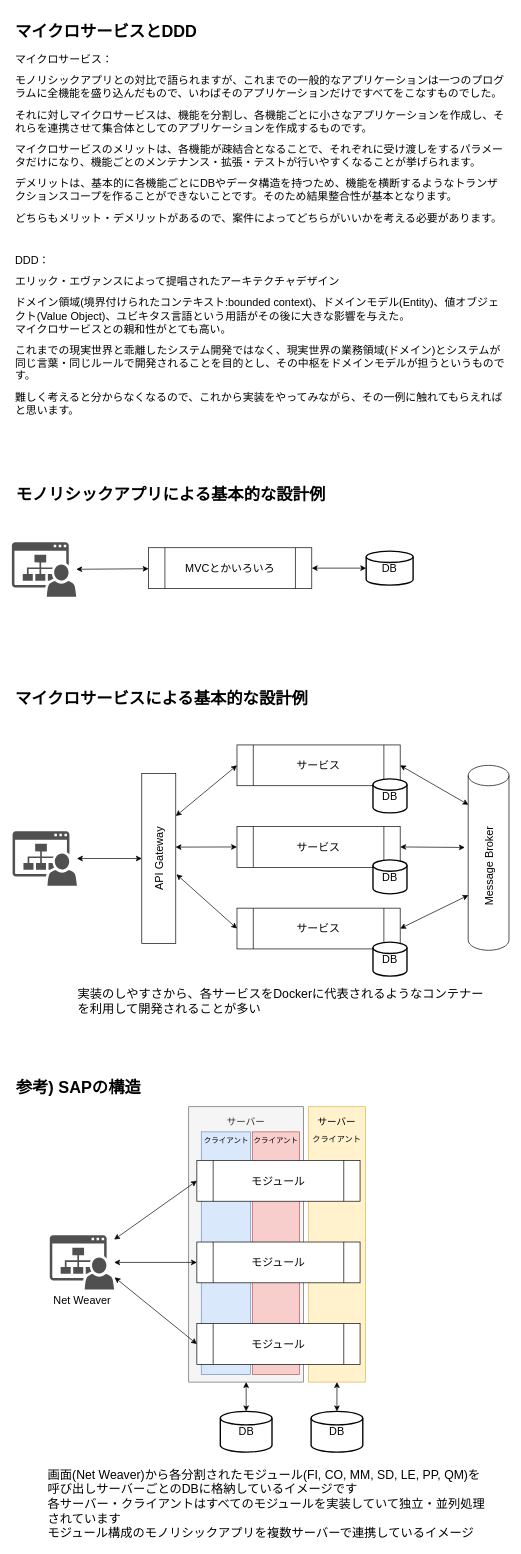
Above: page "基本概念" (1 of 10) of documents/練習用設計.drawio in mkuwan/ec-app (draw.io), before the change. Source tidied: cells renumbered, new cells numbered last; positions are measured from the earlier drawing's top-left corner, leaving out a move shared by most shapes. Both pictures are drawn from the tidied source at 68%, with x=0, y=0 at pixel (12, 18).
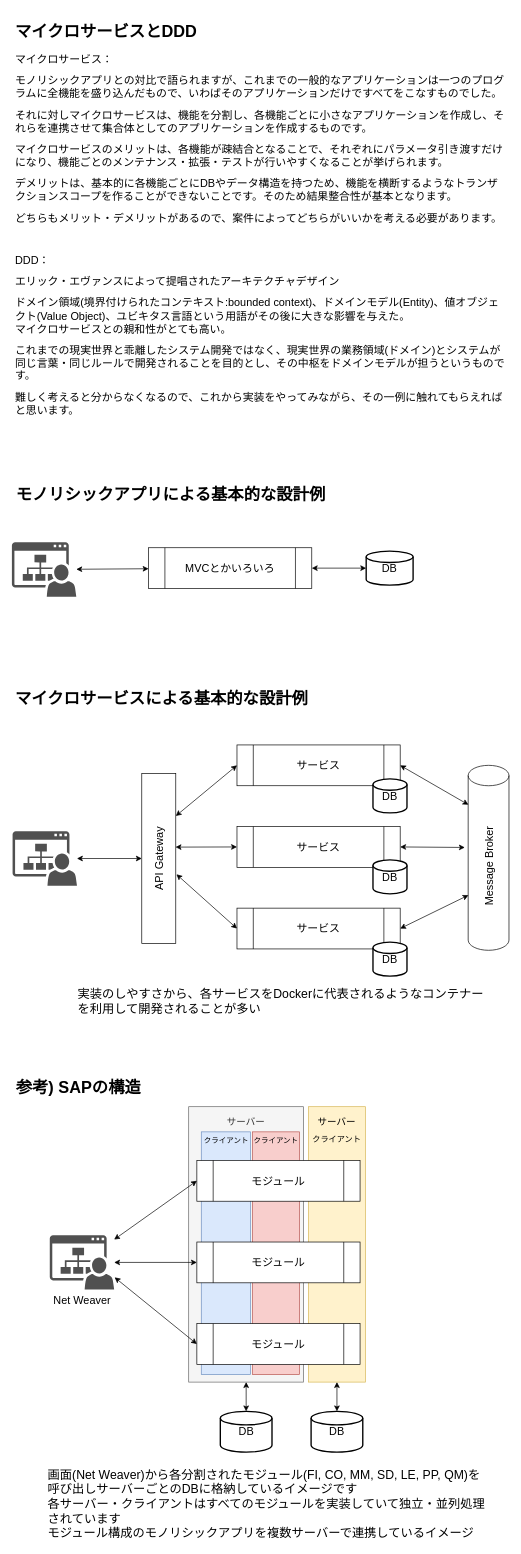
The same diagram, later.

Diff of the diagram source:
```diff
@@
-    <mxCell id="6" value="&lt;h1&gt;マイクロサービスとDDD&lt;/h1&gt;&lt;p&gt;&lt;font style=&quot;font-size: 16px;&quot;&gt;マイクロサービス：&lt;/font&gt;&lt;/p&gt;&lt;p&gt;&lt;font style=&quot;font-size: 16px;&quot;&gt;モノリシックアプリとの対比で語られますが、これまでの一般的なアプリケーションは一つのプログラムに全機能を盛り込んだもので、いわばそのアプリケーションだけですべてをこなすものでした。&lt;/font&gt;&lt;/p&gt;&lt;p&gt;&lt;font style=&quot;font-size: 16px;&quot;&gt;それに対しマイクロサービスは、機能を分割し、各機能ごとに小さなアプリケーションを作成し、それらを連携させて集合体としてのアプリケーションを作成するものです。&lt;/font&gt;&lt;/p&gt;&lt;p&gt;&lt;font style=&quot;font-size: 16px;&quot;&gt;マイクロサービスのメリットは、各機能が疎結合となることで、それぞれに受け渡しをするパラメータだけになり、機能ごとのメンテナンス・拡張・テストが行いやすくなることが挙げられます。&lt;/font&gt;&lt;/p&gt;&lt;p&gt;&lt;font style=&quot;font-size: 16px;&quot;&gt;デメリットは、基本的に各機能ごとにDBやデータ構造を持つため、機能を横断するようなトランザクションスコープを作ることができないことです。そのため結果整合性が基本となります。&lt;/font&gt;&lt;/p&gt;&lt;p&gt;&lt;span style=&quot;font-size: 16px;&quot;&gt;どちらもメリット・デメリットがあるので、案件によってどちらがいいかを考える必要があります。&lt;/span&gt;&lt;/p&gt;&lt;p&gt;&lt;span style=&quot;font-size: 16px;&quot;&gt;&lt;br&gt;&lt;/span&gt;&lt;/p&gt;&lt;p&gt;&lt;span style=&quot;font-size: 16px;&quot;&gt;DDD：&lt;/span&gt;&lt;/p&gt;&lt;p&gt;&lt;span style=&quot;font-size: 16px;&quot;&gt;エリック・エヴァンスによって提唱されたアーキテクチャデザイン&lt;br&gt;&lt;/span&gt;&lt;/p&gt;&lt;p&gt;&lt;span style=&quot;font-size: 16px;&quot;&gt;ドメイン領域(境界付けられたコンテキスト:bounded context)、ドメインモデル(Entity)、値オブジェクト(Value Object)、ユビキタス言語という用語がその後に大きな影響を与えた。&lt;br&gt;マイクロサービスとの親和性がとても高い。&lt;/span&gt;&lt;/p&gt;&lt;p&gt;&lt;span style=&quot;font-size: 16px;&quot;&gt;これまでの現実世界と乖離したシステム開発ではなく、現実世界の業務領域(ドメイン)とシステムが同じ言葉・同じルールで開発されることを目的とし、その中枢をドメインモデルが担うというものです。&lt;/span&gt;&lt;/p&gt;&lt;p&gt;&lt;span style=&quot;font-size: 16px;&quot;&gt;難しく考えると分からなくなるので、これから実装をやってみながら、その一例に触れてもらえればと思います。&lt;/span&gt;&lt;/p&gt;" style="text;html=1;strokeColor=none;fillColor=none;spacing=5;spacingTop=-20;whiteSpace=wrap;overflow=hidden;rounded=0;" parent="1" vertex="1">
+    <mxCell id="6" value="&lt;h1&gt;マイクロサービスとDDD&lt;/h1&gt;&lt;p&gt;&lt;font style=&quot;font-size: 16px;&quot;&gt;マイクロサービス：&lt;/font&gt;&lt;/p&gt;&lt;p&gt;&lt;font style=&quot;font-size: 16px;&quot;&gt;モノリシックアプリとの対比で語られますが、これまでの一般的なアプリケーションは一つのプログラムに全機能を盛り込んだもので、いわばそのアプリケーションだけですべてをこなすものでした。&lt;/font&gt;&lt;/p&gt;&lt;p&gt;&lt;font style=&quot;font-size: 16px;&quot;&gt;それに対しマイクロサービスは、機能を分割し、各機能ごとに小さなアプリケーションを作成し、それらを連携させて集合体としてのアプリケーションを作成するものです。&lt;/font&gt;&lt;/p&gt;&lt;p&gt;&lt;font style=&quot;font-size: 16px;&quot;&gt;マイクロサービスのメリットは、各機能が疎結合となることで、それぞれにパラメータ引き渡すだけになり、機能ごとのメンテナンス・拡張・テストが行いやすくなることが挙げられます。&lt;/font&gt;&lt;/p&gt;&lt;p&gt;&lt;font style=&quot;font-size: 16px;&quot;&gt;デメリットは、基本的に各機能ごとにDBやデータ構造を持つため、機能を横断するようなトランザクションスコープを作ることができないことです。そのため結果整合性が基本となります。&lt;/font&gt;&lt;/p&gt;&lt;p&gt;&lt;span style=&quot;font-size: 16px;&quot;&gt;どちらもメリット・デメリットがあるので、案件によってどちらがいいかを考える必要があります。&lt;/span&gt;&lt;/p&gt;&lt;p&gt;&lt;span style=&quot;font-size: 16px;&quot;&gt;&lt;br&gt;&lt;/span&gt;&lt;/p&gt;&lt;p&gt;&lt;span style=&quot;font-size: 16px;&quot;&gt;DDD：&lt;/span&gt;&lt;/p&gt;&lt;p&gt;&lt;span style=&quot;font-size: 16px;&quot;&gt;エリック・エヴァンスによって提唱されたアーキテクチャデザイン&lt;br&gt;&lt;/span&gt;&lt;/p&gt;&lt;p&gt;&lt;span style=&quot;font-size: 16px;&quot;&gt;ドメイン領域(境界付けられたコンテキスト:bounded context)、ドメインモデル(Entity)、値オブジェクト(Value Object)、ユビキタス言語という用語がその後に大きな影響を与えた。&lt;br&gt;マイクロサービスとの親和性がとても高い。&lt;/span&gt;&lt;/p&gt;&lt;p&gt;&lt;span style=&quot;font-size: 16px;&quot;&gt;これまでの現実世界と乖離したシステム開発ではなく、現実世界の業務領域(ドメイン)とシステムが同じ言葉・同じルールで開発されることを目的とし、その中枢をドメインモデルが担うというものです。&lt;/span&gt;&lt;/p&gt;&lt;p&gt;&lt;span style=&quot;font-size: 16px;&quot;&gt;難しく考えると分からなくなるので、これから実装をやってみながら、その一例に触れてもらえればと思います。&lt;/span&gt;&lt;/p&gt;" style="text;html=1;strokeColor=none;fillColor=none;spacing=5;spacingTop=-20;whiteSpace=wrap;overflow=hidden;rounded=0;" parent="1" vertex="1">
       <mxGeometry width="730" height="590" as="geometry" />
     </mxCell>
```
